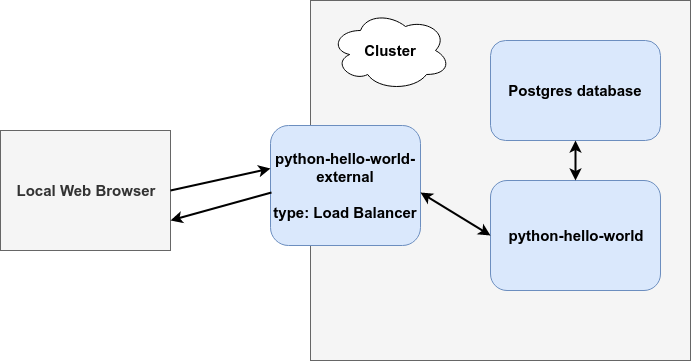
The draw.io diagram python/django/python-hello-world/img/diagram.png in GoogleCloudPlatform/cloud-code-samples, before a commit. Source tidied: cells renumbered, new cells last; positions are measured from the earlier drawing's top-left corner, leaving out a move shared by most shapes.
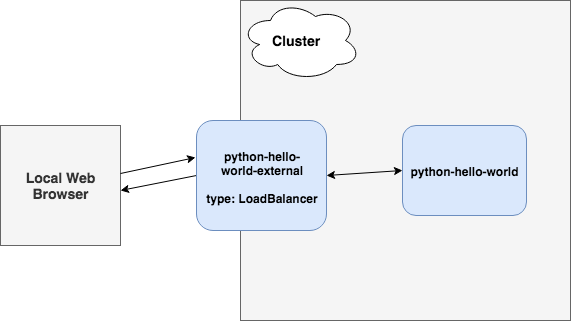
The same diagram one commit later.

Commit message:
Remove postgres database.

Change to the diagram source:
```diff
@@ -1,36 +1,35 @@
-<mxGraphModel background="#ffffff">
+<mxGraphModel>
   <root>
     <mxCell id="0" />
     <mxCell id="1" parent="0" />
-    <mxCell id="2" style="rounded=0;whiteSpace=wrap;html=1;fillColor=#f5f5f5;strokeColor=#666666;fontColor=#333333;" parent="1" vertex="1">
-      <mxGeometry x="310" width="380" height="360" as="geometry" />
-    </mxCell>
-    <mxCell id="3" value="&lt;b&gt;&lt;font style=&quot;font-size: 15px&quot;&gt;python-hello-world-external&lt;br&gt;&lt;br&gt;type: Load Balancer&lt;br&gt;&lt;/font&gt;&lt;/b&gt;" style="rounded=1;whiteSpace=wrap;html=1;fillColor=#dae8fc;strokeColor=#6c8ebf;" parent="1" vertex="1">
-      <mxGeometry x="270" y="125" width="150" height="120" as="geometry" />
-    </mxCell>
+    <mxCell id="5" value="&lt;div style=&quot;text-align: center&quot;&gt;&lt;span&gt;Local Web Browser&lt;/span&gt;&lt;/div&gt;" style="whiteSpace=wrap;html=1;fontSize=14;align=center;fillColor=#f5f5f5;strokeColor=#666666;fontColor=#333333;fontStyle=1;" parent="1" vertex="1">
+      <mxGeometry x="-760" y="-15" width="120" height="120" as="geometry" />
+    </mxCell>
+    <mxCell id="12" style="endArrow=classic;html=1;fontSize=14;entryX=-0.008;entryY=0.336;entryDx=0;entryDy=0;entryPerimeter=0;exitX=1;exitY=0.4;exitDx=0;exitDy=0;exitPerimeter=0;" parent="1" edge="1" source="5" target="15">
+      <mxGeometry relative="1" as="geometry" />
+    </mxCell>
+    <mxCell id="13" style="endArrow=classic;html=1;fontSize=14;exitX=0;exitY=0.5;exitDx=0;exitDy=0;" parent="1" edge="1" source="15">
+      <mxGeometry relative="1" as="geometry">
+        <mxPoint x="-640" y="50" as="targetPoint" />
+      </mxGeometry>
+    </mxCell>
+    <mxCell id="14" value="&lt;div style=&quot;text-align: center&quot;&gt;&lt;br&gt;&lt;/div&gt;" style="rounded=0;whiteSpace=wrap;html=1;fillColor=#f5f5f5;strokeColor=#666666;fontColor=#333333;" parent="1" vertex="1">
+      <mxGeometry x="-520" y="-140" width="330" height="320" as="geometry" />
+    </mxCell>
+    <mxCell id="8" value="&lt;div style=&quot;text-align: left&quot;&gt;python-hello-world&lt;/div&gt;" style="rounded=1;whiteSpace=wrap;html=1;fillColor=#dae8fc;strokeColor=#6c8ebf;fontStyle=1;" parent="1" vertex="1">
+      <mxGeometry x="-358" y="-15" width="124" height="90" as="geometry" />
+    </mxCell>
+    <mxCell id="15" value="&lt;div style=&quot;text-align: center&quot;&gt;python-hello-&lt;/div&gt;&lt;div style=&quot;text-align: center&quot;&gt;world-external&lt;/div&gt;&lt;div style=&quot;text-align: center&quot;&gt;&lt;br&gt;&lt;/div&gt;&lt;div style=&quot;text-align: center&quot;&gt;type: LoadBalancer&lt;/div&gt;" style="rounded=1;whiteSpace=wrap;html=1;fillColor=#dae8fc;strokeColor=#6c8ebf;fontStyle=1;" parent="1" vertex="1">
+      <mxGeometry x="-564" y="-20" width="130" height="110" as="geometry" />
+    </mxCell>
+    <mxCell id="16" style="endArrow=classic;startArrow=classic;html=1;exitX=1;exitY=0.5;exitDx=0;exitDy=0;entryX=0;entryY=0.5;entryDx=0;entryDy=0;" parent="1" edge="1" source="15" target="8">
+      <mxGeometry relative="1" as="geometry" />
+    </mxCell>
+    <mxCell id="17" style="ellipse;shape=cloud;whiteSpace=wrap;html=1;fontSize=14;align=left;" parent="1" vertex="1">
+      <mxGeometry x="-520" y="-140" width="120" height="80" as="geometry" />
+    </mxCell>
-    <mxCell id="4" value="&lt;b&gt;&lt;font style=&quot;font-size: 15px&quot;&gt;Cluster&lt;/font&gt;&lt;/b&gt;&lt;br&gt;" style="ellipse;shape=cloud;whiteSpace=wrap;html=1;" parent="1" vertex="1">
-      <mxGeometry x="330" y="10" width="120" height="80" as="geometry" />
+    <mxCell id="4" value="Cluster" style="text;html=1;strokeColor=none;fillColor=none;align=left;verticalAlign=middle;whiteSpace=wrap;rounded=0;fontStyle=1;fontSize=14;" parent="1" vertex="1">
+      <mxGeometry x="-490" y="-120" width="170" height="40" as="geometry" />
     </mxCell>
-    <mxCell id="5" value="&lt;b&gt;&lt;font style=&quot;font-size: 15px&quot;&gt;Local Web Browser&lt;/font&gt;&lt;/b&gt;" style="rounded=0;whiteSpace=wrap;html=1;fillColor=#f5f5f5;strokeColor=#666666;fontColor=#333333;" parent="1" vertex="1">
-      <mxGeometry y="130" width="170" height="120" as="geometry" />
-    </mxCell>
-    <mxCell id="6" style="endArrow=classic;html=1;entryX=0;entryY=0.358;entryDx=0;entryDy=0;entryPerimeter=0;exitX=1;exitY=0.5;exitDx=0;exitDy=0;strokeWidth=2;" parent="1" edge="1" source="5" target="3">
-      <mxGeometry relative="1" as="geometry" />
-    </mxCell>
-    <mxCell id="7" style="endArrow=classic;html=1;strokeWidth=2;exitX=0.007;exitY=0.558;exitDx=0;exitDy=0;exitPerimeter=0;entryX=1;entryY=0.75;entryDx=0;entryDy=0;" parent="1" edge="1" source="3" target="5">
-      <mxGeometry relative="1" as="geometry" />
-    </mxCell>
-    <mxCell id="8" value="&lt;b&gt;&lt;font style=&quot;font-size: 15px&quot;&gt;python-hello-world&lt;/font&gt;&lt;/b&gt;" style="rounded=1;whiteSpace=wrap;html=1;fillColor=#dae8fc;strokeColor=#6c8ebf;" parent="1" vertex="1">
-      <mxGeometry x="490" y="180" width="170" height="110" as="geometry" />
-    </mxCell>
-    <mxCell id="9" style="endArrow=classic;startArrow=classic;html=1;strokeWidth=2;entryX=0;entryY=0.5;entryDx=0;entryDy=0;exitX=1;exitY=0.558;exitDx=0;exitDy=0;exitPerimeter=0;" parent="1" edge="1" source="3" target="8">
-      <mxGeometry relative="1" as="geometry" />
-    </mxCell>
-    <mxCell id="10" value="&lt;b&gt;&lt;font style=&quot;font-size: 15px&quot;&gt;Postgres database&lt;/font&gt;&lt;/b&gt;" style="rounded=1;whiteSpace=wrap;html=1;fillColor=#dae8fc;strokeColor=#6c8ebf;" parent="1" vertex="1">
-      <mxGeometry x="490" y="40" width="170" height="100" as="geometry" />
-    </mxCell>
-    <mxCell id="11" style="endArrow=classic;startArrow=classic;html=1;strokeWidth=2;entryX=0.5;entryY=1;entryDx=0;entryDy=0;exitX=0.5;exitY=0;exitDx=0;exitDy=0;" parent="1" edge="1" source="8" target="10">
-      <mxGeometry relative="1" as="geometry" />
-    </mxCell>
   </root>
 </mxGraphModel>
```
